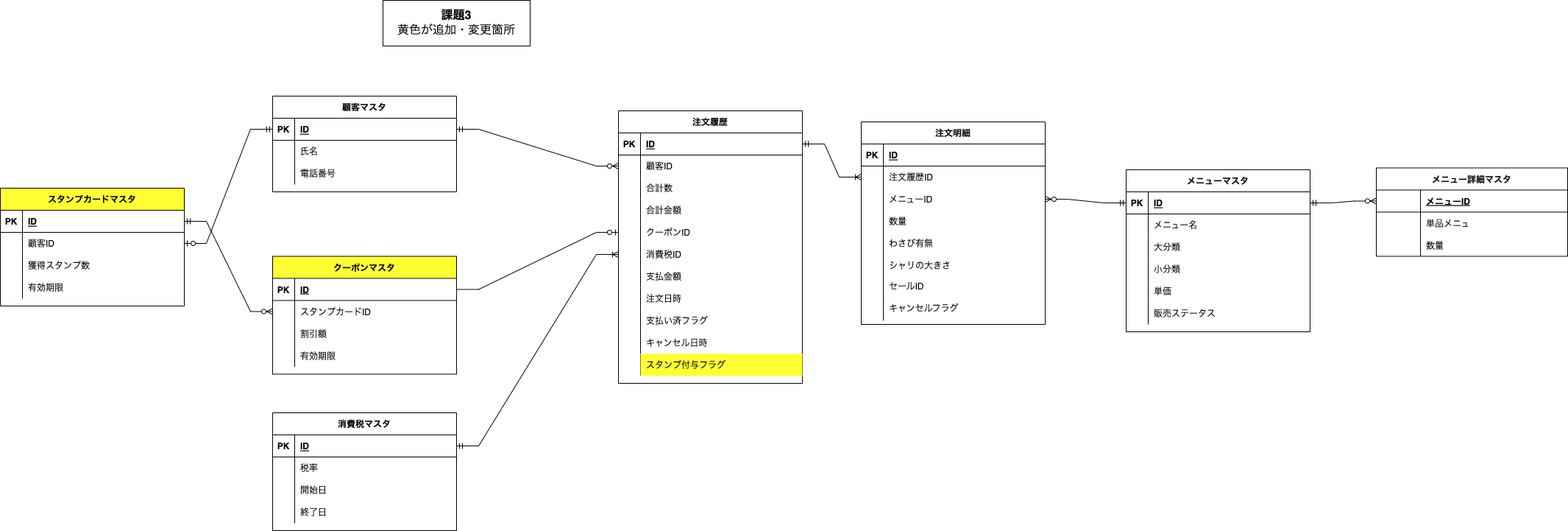
Above: 01_データベース設計/DBモデリング1/課題3schema.png in narutaku0914/praha-challenge (draw.io), before the change. Source tidied: cells renumbered, new cells last; positions are measured from the earlier drawing's top-left corner, leaving out a move shared by most shapes.
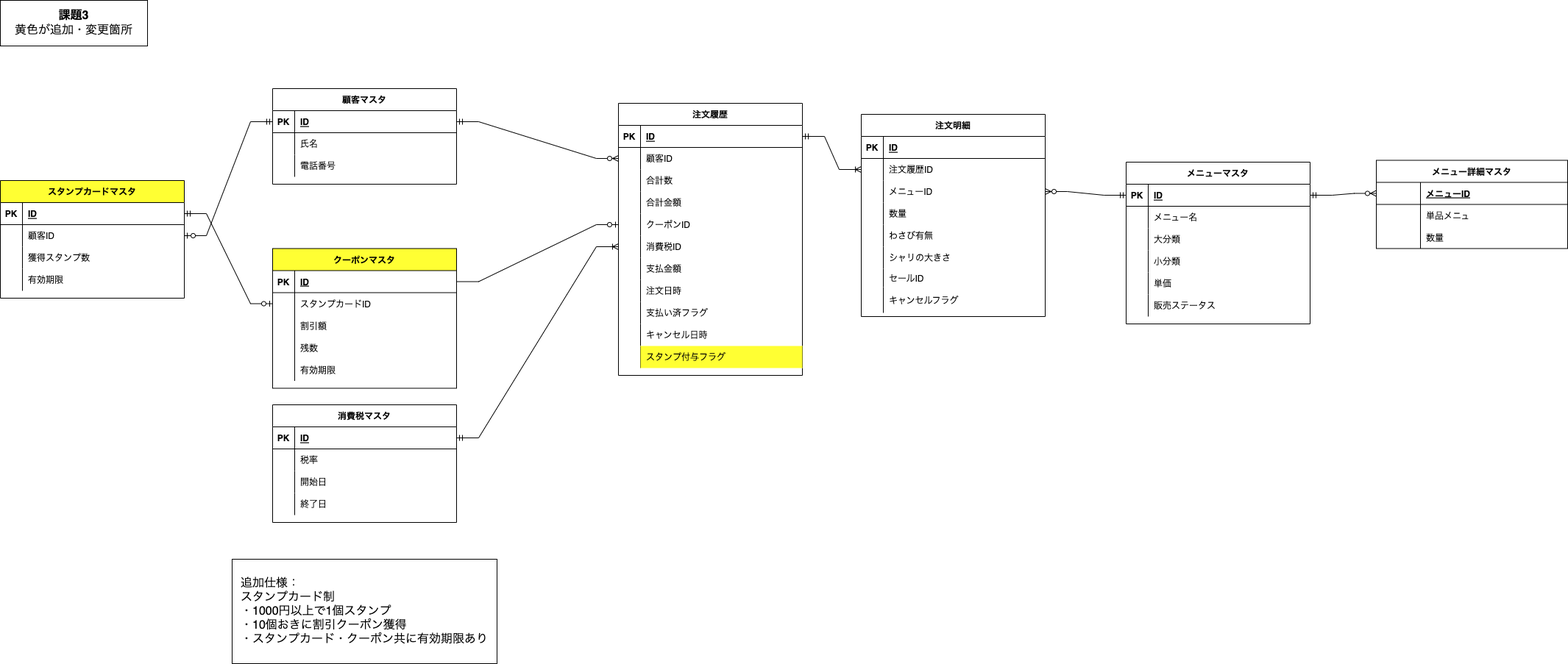
Above is the later version.

Commit message:
課題3: クーポンテーブル修正、1つのクーポンを残数内で使う形に 　　　追加仕様に関わるコメントも追加

The edit, as a diff of the source:
```diff
@@ -306,7 +306,7 @@
       <mxGeometry x="30" width="220" height="30" as="geometry" />
     </mxCell>
     <mxCell id="103" value="&lt;font style=&quot;font-size: 16px;&quot;&gt;&lt;b&gt;課題3&lt;/b&gt;&lt;br&gt;黄色が追加・変更箇所&lt;br&gt;&lt;/font&gt;" style="rounded=0;whiteSpace=wrap;html=1;" parent="1" vertex="1">
-      <mxGeometry x="520" width="200" height="62" as="geometry" />
+      <mxGeometry y="10" width="200" height="62" as="geometry" />
     </mxCell>
     <mxCell id="104" style="edgeStyle=entityRelationEdgeStyle;fontSize=12;html=1;endArrow=ERzeroToMany;startArrow=ERmandOne;rounded=0;entryX=0;entryY=0.5;entryDx=0;entryDy=0;exitX=1;exitY=0.5;exitDx=0;exitDy=0;" parent="1" edge="1" source="28">
       <mxGeometry relative="1" as="geometry">
@@ -356,7 +356,7 @@
       <mxGeometry relative="1" as="geometry" />
     </mxCell>
     <mxCell id="119" value="クーポンマスタ" style="shape=table;startSize=30;rowLines=0;fontStyle=1;align=center;fillColor=#FFFF33;swimlaneFillColor=#FFFFFF;" parent="1" vertex="1">
-      <mxGeometry x="370" y="347.5" width="250" height="160" as="geometry" />
+      <mxGeometry x="370" y="347.5" width="250" height="190" as="geometry" />
     </mxCell>
     <mxCell id="120" style="shape=partialRectangle;fillColor=none;points=[[0,0.5],[1,0.5]];portConstraint=eastwest;top=0;left=0;right=0;bottom=1;" parent="119" vertex="1">
       <mxGeometry y="30" width="250" height="30" as="geometry" />
@@ -385,8 +385,17 @@
     <mxCell id="128" value="割引額" style="shape=partialRectangle;overflow=hidden;fillColor=none;top=0;left=0;bottom=0;right=0;align=left;spacingLeft=6;" parent="126" vertex="1">
       <mxGeometry x="30" width="220" height="30" as="geometry" />
     </mxCell>
+    <mxCell id="148" style="shape=partialRectangle;fillColor=none;top=0;left=0;right=0;bottom=0;" parent="119" vertex="1">
+      <mxGeometry y="120" width="250" height="30" as="geometry" />
+    </mxCell>
+    <mxCell id="149" style="shape=partialRectangle;overflow=hidden;fillColor=none;top=0;left=0;bottom=0;right=0;" parent="148" vertex="1">
+      <mxGeometry width="30" height="30" as="geometry" />
+    </mxCell>
+    <mxCell id="150" value="残数" style="shape=partialRectangle;overflow=hidden;fillColor=none;top=0;left=0;bottom=0;right=0;align=left;spacingLeft=6;" parent="148" vertex="1">
+      <mxGeometry x="30" width="220" height="30" as="geometry" />
+    </mxCell>
     <mxCell id="129" style="shape=partialRectangle;fillColor=none;top=0;left=0;right=0;bottom=0;" parent="119" vertex="1">
-      <mxGeometry y="120" width="250" height="30" as="geometry" />
+      <mxGeometry y="150" width="250" height="30" as="geometry" />
     </mxCell>
     <mxCell id="130" style="shape=partialRectangle;overflow=hidden;fillColor=none;top=0;left=0;bottom=0;right=0;" parent="129" vertex="1">
       <mxGeometry width="30" height="30" as="geometry" />
@@ -439,8 +448,11 @@
     <mxCell id="146" style="edgeStyle=entityRelationEdgeStyle;fontSize=12;html=1;endArrow=ERzeroToOne;startArrow=ERmandOne;rounded=0;exitX=0;exitY=0.5;exitDx=0;exitDy=0;entryX=1;entryY=0.5;entryDx=0;entryDy=0;" parent="1" edge="1" source="81" target="136">
       <mxGeometry relative="1" as="geometry" />
     </mxCell>
-    <mxCell id="147" style="edgeStyle=entityRelationEdgeStyle;fontSize=12;html=1;endArrow=ERzeroToMany;startArrow=ERmandOne;rounded=0;entryX=0;entryY=0.5;entryDx=0;entryDy=0;exitX=1;exitY=0.5;exitDx=0;exitDy=0;" parent="1" edge="1" source="133" target="123">
+    <mxCell id="147" style="edgeStyle=entityRelationEdgeStyle;fontSize=12;html=1;endArrow=ERzeroToOne;startArrow=ERmandOne;rounded=0;exitX=1;exitY=0.5;exitDx=0;exitDy=0;entryX=0;entryY=0.5;entryDx=0;entryDy=0;" parent="1" edge="1" source="133" target="123">
       <mxGeometry relative="1" as="geometry" />
     </mxCell>
+    <mxCell id="151" value="&lt;div style=&quot;text-align: left;&quot;&gt;&lt;span style=&quot;font-size: 16px; background-color: initial;&quot;&gt;追加仕様：&lt;/span&gt;&lt;/div&gt;&lt;font style=&quot;&quot;&gt;&lt;div style=&quot;text-align: left;&quot;&gt;&lt;span style=&quot;font-size: 16px; background-color: initial;&quot;&gt;スタンプカード制&lt;/span&gt;&lt;/div&gt;&lt;div style=&quot;text-align: left;&quot;&gt;&lt;span style=&quot;font-size: 16px;&quot;&gt;・1000円以上で1個スタンプ&lt;/span&gt;&lt;/div&gt;&lt;div style=&quot;text-align: left;&quot;&gt;&lt;span style=&quot;font-size: 16px;&quot;&gt;・10個おきに割引クーポン獲得&lt;/span&gt;&lt;/div&gt;&lt;div style=&quot;text-align: left;&quot;&gt;&lt;span style=&quot;font-size: 16px;&quot;&gt;・スタンプカード・クーポン共に有効期限あり&lt;/span&gt;&lt;/div&gt;&lt;/font&gt;" style="rounded=0;whiteSpace=wrap;html=1;" parent="1" vertex="1">
+      <mxGeometry x="315" y="770" width="360" height="142" as="geometry" />
+    </mxCell>
   </root>
 </mxGraphModel>
```
